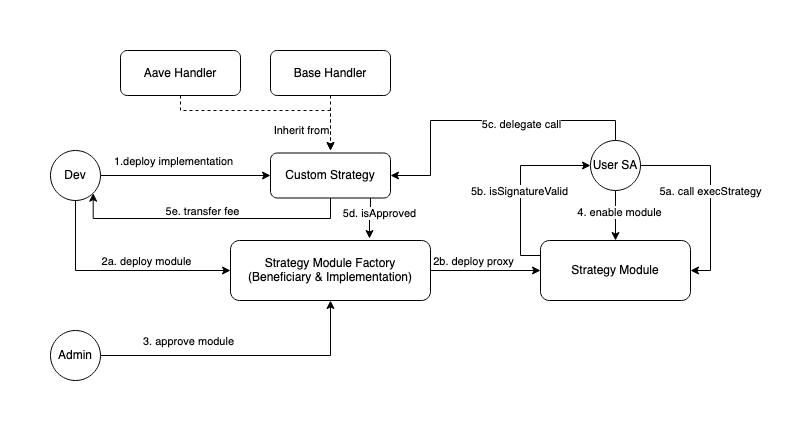
Unhosted-Wallet/unhosted-modules keeps this draw.io diagram as defi-strategies/strategy-diagram.png. Above is the earlier version. Source tidied: cells renumbered, new cells last; positions are measured from the earlier drawing's top-left corner, leaving out a move shared by most shapes. Its diagram source:
```xml
<mxGraphModel>
  <root>
    <mxCell id="0" />
    <mxCell id="1" parent="0" />
    <mxCell id="2" style="edgeStyle=orthogonalEdgeStyle;rounded=0;jettySize=auto;html=1;entryX=0;entryY=0.5;entryDx=0;entryDy=0;" parent="1" edge="1" source="6" target="11">
      <mxGeometry relative="1" as="geometry" />
    </mxCell>
    <mxCell id="3" value="1.deploy implementation" style="edgeLabel;html=1;align=center;verticalAlign=middle;" parent="2" vertex="1">
      <mxGeometry x="-0.2" y="-2" relative="1" as="geometry">
        <mxPoint x="4" y="-17" as="offset" />
      </mxGeometry>
    </mxCell>
    <mxCell id="4" style="edgeStyle=orthogonalEdgeStyle;rounded=0;jettySize=auto;html=1;entryX=0;entryY=0.5;entryDx=0;entryDy=0;exitX=0.5;exitY=1;exitDx=0;exitDy=0;" parent="1" edge="1" source="6" target="19">
      <mxGeometry relative="1" as="geometry" />
    </mxCell>
    <mxCell id="5" value="&lt;div&gt;2a. deploy module&lt;/div&gt;" style="edgeLabel;html=1;align=center;verticalAlign=middle;" parent="4" vertex="1">
      <mxGeometry x="0.51" y="-2" relative="1" as="geometry">
        <mxPoint x="-30" y="-12" as="offset" />
      </mxGeometry>
    </mxCell>
    <mxCell id="6" value="Dev" style="ellipse;whiteSpace=wrap;html=1;" parent="1" vertex="1">
      <mxGeometry y="100" width="50" height="50" as="geometry" />
    </mxCell>
    <mxCell id="7" style="edgeStyle=orthogonalEdgeStyle;rounded=0;jettySize=auto;html=1;entryX=1;entryY=1;entryDx=0;entryDy=0;exitX=0.5;exitY=1;exitDx=0;exitDy=0;" parent="1" edge="1" source="11" target="6">
      <mxGeometry relative="1" as="geometry">
        <Array as="points">
          <mxPoint x="280" y="168" />
          <mxPoint x="43" y="168" />
        </Array>
      </mxGeometry>
    </mxCell>
    <mxCell id="8" value="5e. transfer fee" style="edgeLabel;html=1;align=center;verticalAlign=middle;" parent="7" vertex="1">
      <mxGeometry x="0.06" y="3" relative="1" as="geometry">
        <mxPoint x="1" y="-11" as="offset" />
      </mxGeometry>
    </mxCell>
    <mxCell id="9" style="edgeStyle=orthogonalEdgeStyle;rounded=0;jettySize=auto;html=1;entryX=0.695;entryY=-0.033;entryDx=0;entryDy=0;exitX=0.833;exitY=0.989;exitDx=0;exitDy=0;exitPerimeter=0;entryPerimeter=0;" parent="1" edge="1" source="11" target="19">
      <mxGeometry relative="1" as="geometry" />
    </mxCell>
    <mxCell id="10" value="5d. isApproved" style="edgeLabel;html=1;align=center;verticalAlign=middle;" parent="9" vertex="1">
      <mxGeometry x="-0.27" relative="1" as="geometry">
        <mxPoint x="9" as="offset" />
      </mxGeometry>
    </mxCell>
    <mxCell id="11" value="Custom Strategy" style="rounded=1;whiteSpace=wrap;html=1;" parent="1" vertex="1">
      <mxGeometry x="220" y="102.5" width="120" height="45" as="geometry" />
    </mxCell>
    <mxCell id="12" style="edgeStyle=orthogonalEdgeStyle;rounded=0;jettySize=auto;html=1;dashed=1;" parent="1" edge="1" source="14">
      <mxGeometry relative="1" as="geometry">
        <mxPoint x="280" y="100" as="targetPoint" />
      </mxGeometry>
    </mxCell>
    <mxCell id="13" value="Inherit from" style="edgeLabel;html=1;align=center;verticalAlign=middle;" parent="12" vertex="1">
      <mxGeometry x="0.01" y="5" relative="1" as="geometry">
        <mxPoint x="-35" y="7" as="offset" />
      </mxGeometry>
    </mxCell>
    <mxCell id="14" value="Base Handler" style="rounded=1;whiteSpace=wrap;html=1;" parent="1" vertex="1">
      <mxGeometry x="220" width="120" height="45" as="geometry" />
    </mxCell>
    <mxCell id="15" style="edgeStyle=orthogonalEdgeStyle;rounded=0;jettySize=auto;html=1;dashed=1;" parent="1" edge="1" source="16">
      <mxGeometry relative="1" as="geometry">
        <mxPoint x="280" y="100" as="targetPoint" />
        <Array as="points">
          <mxPoint x="130" y="60" />
          <mxPoint x="280" y="60" />
        </Array>
      </mxGeometry>
    </mxCell>
    <mxCell id="16" value="Aave Handler" style="rounded=1;whiteSpace=wrap;html=1;" parent="1" vertex="1">
      <mxGeometry x="70" width="120" height="45" as="geometry" />
    </mxCell>
    <mxCell id="17" style="edgeStyle=orthogonalEdgeStyle;rounded=0;jettySize=auto;html=1;entryX=0;entryY=0.5;entryDx=0;entryDy=0;" parent="1" edge="1" source="19" target="32">
      <mxGeometry relative="1" as="geometry" />
    </mxCell>
    <mxCell id="18" value="2b. deploy proxy" style="edgeLabel;html=1;align=center;verticalAlign=middle;" parent="17" vertex="1">
      <mxGeometry x="-0.23" relative="1" as="geometry">
        <mxPoint y="-10" as="offset" />
      </mxGeometry>
    </mxCell>
    <mxCell id="19" value="Strategy Module Factory&lt;br&gt;(Beneficiary &amp;amp;&amp;nbsp;Implementation)" style="whiteSpace=wrap;html=1;rounded=1;" parent="1" vertex="1">
      <mxGeometry x="180" y="190" width="200" height="60" as="geometry" />
    </mxCell>
    <mxCell id="20" style="edgeStyle=orthogonalEdgeStyle;rounded=0;jettySize=auto;html=1;entryX=0.5;entryY=1;entryDx=0;entryDy=0;" parent="1" edge="1" source="22" target="19">
      <mxGeometry relative="1" as="geometry" />
    </mxCell>
    <mxCell id="21" value="3. approve module" style="edgeLabel;html=1;align=center;verticalAlign=middle;" parent="20" vertex="1">
      <mxGeometry x="-0.36" y="-4" relative="1" as="geometry">
        <mxPoint x="-4" y="-19" as="offset" />
      </mxGeometry>
    </mxCell>
    <mxCell id="22" value="Admin" style="ellipse;whiteSpace=wrap;html=1;" parent="1" vertex="1">
      <mxGeometry y="280" width="50" height="50" as="geometry" />
    </mxCell>
    <mxCell id="23" style="edgeStyle=orthogonalEdgeStyle;rounded=0;jettySize=auto;html=1;entryX=0.5;entryY=0;entryDx=0;entryDy=0;" parent="1" edge="1" source="29" target="32">
      <mxGeometry relative="1" as="geometry" />
    </mxCell>
    <mxCell id="24" value="4. enable module" style="edgeLabel;html=1;align=center;verticalAlign=middle;" parent="23" vertex="1">
      <mxGeometry x="-0.16" y="3" relative="1" as="geometry" />
    </mxCell>
    <mxCell id="25" style="edgeStyle=orthogonalEdgeStyle;rounded=0;jettySize=auto;html=1;entryX=1;entryY=0.5;entryDx=0;entryDy=0;exitX=1;exitY=0.5;exitDx=0;exitDy=0;" parent="1" edge="1" source="29" target="32">
      <mxGeometry relative="1" as="geometry" />
    </mxCell>
    <mxCell id="26" value="5a. call execStrategy" style="edgeLabel;html=1;align=center;verticalAlign=middle;" parent="25" vertex="1">
      <mxGeometry x="0.06" y="-1" relative="1" as="geometry">
        <mxPoint y="-8" as="offset" />
      </mxGeometry>
    </mxCell>
    <mxCell id="27" style="edgeStyle=orthogonalEdgeStyle;rounded=0;jettySize=auto;html=1;entryX=1;entryY=0.5;entryDx=0;entryDy=0;exitX=0.5;exitY=0;exitDx=0;exitDy=0;" parent="1" edge="1" source="29" target="11">
      <mxGeometry relative="1" as="geometry">
        <Array as="points">
          <mxPoint x="565" y="70" />
          <mxPoint x="380" y="70" />
          <mxPoint x="380" y="125" />
        </Array>
      </mxGeometry>
    </mxCell>
    <mxCell id="28" value="5c. delegate call" style="edgeLabel;html=1;align=center;verticalAlign=middle;" parent="27" vertex="1">
      <mxGeometry x="-0.38" y="3" relative="1" as="geometry">
        <mxPoint x="-22" as="offset" />
      </mxGeometry>
    </mxCell>
    <mxCell id="29" value="User SA" style="ellipse;whiteSpace=wrap;html=1;" parent="1" vertex="1">
      <mxGeometry x="540" y="90" width="50" height="50" as="geometry" />
    </mxCell>
    <mxCell id="30" style="edgeStyle=orthogonalEdgeStyle;rounded=0;jettySize=auto;html=1;entryX=0;entryY=0.5;entryDx=0;entryDy=0;exitX=0;exitY=0.25;exitDx=0;exitDy=0;" parent="1" edge="1" source="32" target="29">
      <mxGeometry relative="1" as="geometry" />
    </mxCell>
    <mxCell id="31" value="5b. isSignatureValid" style="edgeLabel;html=1;align=center;verticalAlign=middle;" parent="30" vertex="1">
      <mxGeometry x="-0.19" y="2" relative="1" as="geometry">
        <mxPoint y="-12" as="offset" />
      </mxGeometry>
    </mxCell>
    <mxCell id="32" value="Strategy Module" style="whiteSpace=wrap;html=1;rounded=1;" parent="1" vertex="1">
      <mxGeometry x="490" y="190" width="150" height="60" as="geometry" />
    </mxCell>
  </root>
</mxGraphModel>
```
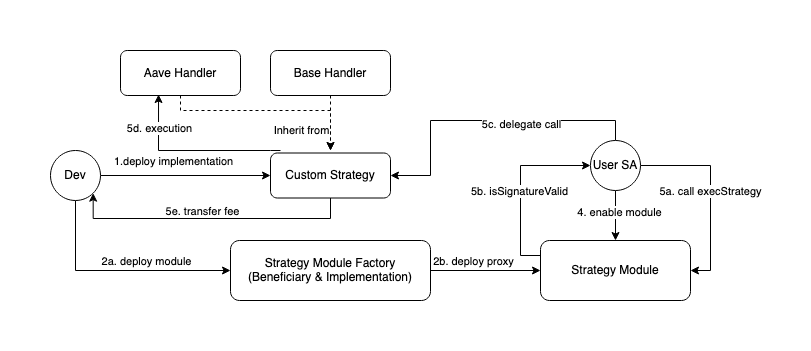
The same file after the commit.

Diff of the diagram source:
```diff
@@ -34,14 +34,6 @@
         <mxPoint x="1" y="-11" as="offset" />
       </mxGeometry>
     </mxCell>
-    <mxCell id="9" style="edgeStyle=orthogonalEdgeStyle;rounded=0;jettySize=auto;html=1;entryX=0.695;entryY=-0.033;entryDx=0;entryDy=0;exitX=0.833;exitY=0.989;exitDx=0;exitDy=0;exitPerimeter=0;entryPerimeter=0;" parent="1" edge="1" source="11" target="19">
-      <mxGeometry relative="1" as="geometry" />
-    </mxCell>
-    <mxCell id="10" value="5d. isApproved" style="edgeLabel;html=1;align=center;verticalAlign=middle;" parent="9" vertex="1">
-      <mxGeometry x="-0.27" relative="1" as="geometry">
-        <mxPoint x="9" as="offset" />
-      </mxGeometry>
-    </mxCell>
     <mxCell id="11" value="Custom Strategy" style="rounded=1;whiteSpace=wrap;html=1;" parent="1" vertex="1">
       <mxGeometry x="220" y="102.5" width="120" height="45" as="geometry" />
     </mxCell>
@@ -81,17 +73,6 @@
     <mxCell id="19" value="Strategy Module Factory&lt;br&gt;(Beneficiary &amp;amp;&amp;nbsp;Implementation)" style="whiteSpace=wrap;html=1;rounded=1;" parent="1" vertex="1">
       <mxGeometry x="180" y="190" width="200" height="60" as="geometry" />
     </mxCell>
-    <mxCell id="20" style="edgeStyle=orthogonalEdgeStyle;rounded=0;jettySize=auto;html=1;entryX=0.5;entryY=1;entryDx=0;entryDy=0;" parent="1" edge="1" source="22" target="19">
-      <mxGeometry relative="1" as="geometry" />
-    </mxCell>
-    <mxCell id="21" value="3. approve module" style="edgeLabel;html=1;align=center;verticalAlign=middle;" parent="20" vertex="1">
-      <mxGeometry x="-0.36" y="-4" relative="1" as="geometry">
-        <mxPoint x="-4" y="-19" as="offset" />
-      </mxGeometry>
-    </mxCell>
-    <mxCell id="22" value="Admin" style="ellipse;whiteSpace=wrap;html=1;" parent="1" vertex="1">
-      <mxGeometry y="280" width="50" height="50" as="geometry" />
-    </mxCell>
     <mxCell id="23" style="edgeStyle=orthogonalEdgeStyle;rounded=0;jettySize=auto;html=1;entryX=0.5;entryY=0;entryDx=0;entryDy=0;" parent="1" edge="1" source="29" target="32">
       <mxGeometry relative="1" as="geometry" />
     </mxCell>
@@ -134,5 +115,17 @@
     <mxCell id="32" value="Strategy Module" style="whiteSpace=wrap;html=1;rounded=1;" parent="1" vertex="1">
       <mxGeometry x="490" y="190" width="150" height="60" as="geometry" />
     </mxCell>
+    <mxCell id="33" style="edgeStyle=orthogonalEdgeStyle;rounded=0;jettySize=auto;html=1;entryX=0.317;entryY=0.978;entryDx=0;entryDy=0;entryPerimeter=0;" parent="1" edge="1" target="16">
+      <mxGeometry relative="1" as="geometry">
+        <mxPoint x="230" y="100" as="sourcePoint" />
+        <Array as="points">
+          <mxPoint x="220" y="100" />
+          <mxPoint x="108" y="100" />
+        </Array>
+      </mxGeometry>
+    </mxCell>
+    <mxCell id="34" value="5d. execution" style="edgeLabel;html=1;align=center;verticalAlign=middle;" parent="33" vertex="1">
+      <mxGeometry x="0.63" relative="1" as="geometry" />
+    </mxCell>
   </root>
 </mxGraphModel>
```
